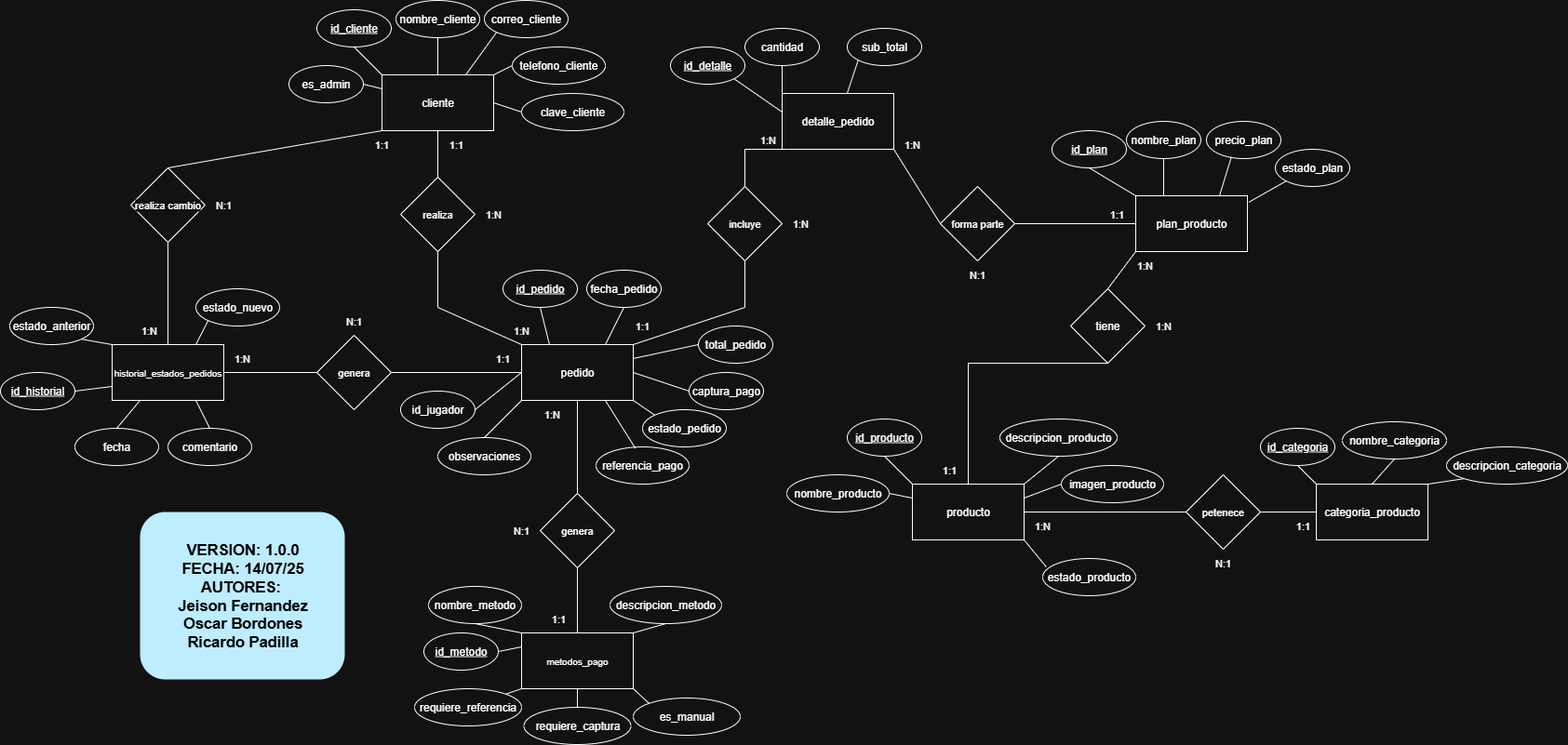
Above: Modelos/EntidadRelacion.png in JeisonFernandez/shadow-store (draw.io), before the change. Source tidied: cells renumbered, new cells last; positions are measured from the earlier drawing's top-left corner, leaving out a move shared by most shapes.
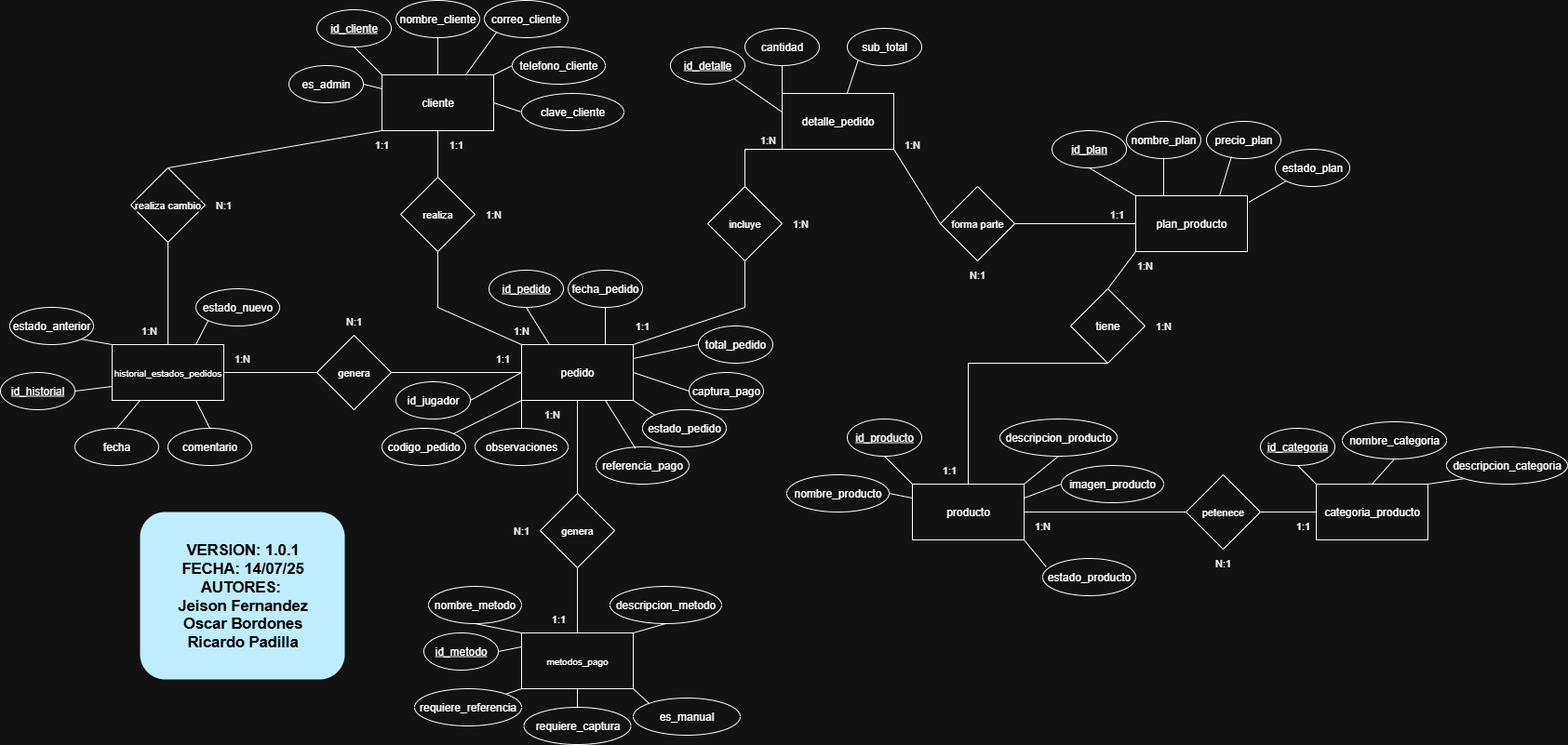
Above is the later version.

Commit message:
Readme completo, Modelo ER v1.0.1

The edit, as a diff of the source:
```diff
@@ -181,10 +181,10 @@
       <mxGeometry x="310" y="70" width="80" height="40" as="geometry" />
     </mxCell>
     <mxCell id="58" value="&lt;u&gt;id_pedido&lt;/u&gt;" style="ellipse;whiteSpace=wrap;html=1;" parent="1" vertex="1">
-      <mxGeometry x="540" y="290" width="80" height="40" as="geometry" />
+      <mxGeometry x="525" y="290" width="80" height="40" as="geometry" />
     </mxCell>
     <mxCell id="59" value="fecha_pedido" style="ellipse;whiteSpace=wrap;html=1;" parent="1" vertex="1">
-      <mxGeometry x="630" y="290" width="80" height="40" as="geometry" />
+      <mxGeometry x="610" y="290" width="80" height="40" as="geometry" />
     </mxCell>
     <mxCell id="60" value="captura_pago" style="ellipse;whiteSpace=wrap;html=1;" parent="1" vertex="1">
       <mxGeometry x="740" y="400" width="80" height="40" as="geometry" />
@@ -199,13 +199,13 @@
       <mxGeometry x="640" y="480" width="100" height="40" as="geometry" />
     </mxCell>
     <mxCell id="64" value="id_jugador" style="ellipse;whiteSpace=wrap;html=1;" parent="1" vertex="1">
-      <mxGeometry x="430" y="420" width="80" height="40" as="geometry" />
+      <mxGeometry x="425" y="410" width="80" height="40" as="geometry" />
     </mxCell>
     <mxCell id="65" style="edgeStyle=none;shape=connector;rounded=0;jettySize=auto;html=1;exitX=0.75;exitY=1;exitDx=0;exitDy=0;entryX=0.423;entryY=0.038;entryDx=0;entryDy=0;strokeColor=default;align=center;verticalAlign=middle;fontFamily=Helvetica;fontSize=11;fontColor=default;labelBackgroundColor=default;startFill=0;endArrow=none;entryPerimeter=0;" parent="1" edge="1" source="21" target="63">
       <mxGeometry relative="1" as="geometry" />
     </mxCell>
     <mxCell id="66" value="observaciones" style="ellipse;whiteSpace=wrap;html=1;" parent="1" vertex="1">
-      <mxGeometry x="470" y="470" width="100" height="40" as="geometry" />
+      <mxGeometry x="510" y="460" width="100" height="40" as="geometry" />
     </mxCell>
     <mxCell id="67" style="edgeStyle=none;shape=connector;rounded=0;jettySize=auto;html=1;exitX=0.5;exitY=1;exitDx=0;exitDy=0;strokeColor=default;align=center;verticalAlign=middle;fontFamily=Helvetica;fontSize=11;fontColor=default;labelBackgroundColor=default;startFill=0;endArrow=none;" parent="1" edge="1" source="68">
       <mxGeometry relative="1" as="geometry">
@@ -363,7 +363,7 @@
     <mxCell id="115" style="rounded=1;whiteSpace=wrap;html=1;fontFamily=Helvetica;fontSize=11;labelBackgroundColor=default;fillColor=light-dark(#FFFFFF,#BDEDFF);gradientColor=none;strokeColor=none;" parent="1" vertex="1">
       <mxGeometry x="150" y="550" width="220" height="180" as="geometry" />
     </mxCell>
-    <mxCell id="116" value="&lt;h2 style=&quot;&quot;&gt;&lt;font face=&quot;Helvetica&quot; style=&quot;color: light-dark(rgb(0, 0, 0), rgb(0, 0, 0));&quot;&gt;VERSION: 1.0.0&lt;br&gt;FECHA: 14/07/25&lt;br&gt;AUTORES:&amp;nbsp;&lt;br&gt;Jeison Fernandez&lt;br&gt;Oscar Bordones&lt;br&gt;Ricardo Padilla&lt;/font&gt;&lt;/h2&gt;" style="text;html=1;align=center;verticalAlign=middle;whiteSpace=wrap;rounded=0;fontFamily=Helvetica;fontSize=11;labelBackgroundColor=none;" parent="1" vertex="1">
+    <mxCell id="116" value="&lt;h2 style=&quot;&quot;&gt;&lt;font face=&quot;Helvetica&quot; style=&quot;color: light-dark(rgb(0, 0, 0), rgb(0, 0, 0));&quot;&gt;VERSION: 1.0.1&lt;br&gt;FECHA: 14/07/25&lt;br&gt;AUTORES:&amp;nbsp;&lt;br&gt;Jeison Fernandez&lt;br&gt;Oscar Bordones&lt;br&gt;Ricardo Padilla&lt;/font&gt;&lt;/h2&gt;" style="text;html=1;align=center;verticalAlign=middle;whiteSpace=wrap;rounded=0;fontFamily=Helvetica;fontSize=11;labelBackgroundColor=none;" parent="1" vertex="1">
       <mxGeometry x="177.5" y="552.5" width="165" height="175" as="geometry" />
     </mxCell>
     <mxCell id="117" value="N:1" style="text;html=1;align=center;verticalAlign=middle;whiteSpace=wrap;rounded=0;fontFamily=Helvetica;fontSize=11;fontColor=default;labelBackgroundColor=default;" parent="1" vertex="1">
@@ -438,5 +438,13 @@
     <mxCell id="140" value="1:N" style="text;html=1;align=center;verticalAlign=middle;whiteSpace=wrap;rounded=0;fontFamily=Helvetica;fontSize=11;fontColor=default;labelBackgroundColor=default;" parent="1" vertex="1">
       <mxGeometry x="562.5" y="430" width="60" height="30" as="geometry" />
     </mxCell>
+    <mxCell id="141" value="codigo_pedido" style="ellipse;whiteSpace=wrap;html=1;" parent="1" vertex="1">
+      <mxGeometry x="410" y="460" width="90" height="40" as="geometry" />
+    </mxCell>
+    <mxCell id="142" style="edgeStyle=none;shape=connector;rounded=0;jettySize=auto;html=1;entryX=1;entryY=0;entryDx=0;entryDy=0;strokeColor=default;align=center;verticalAlign=middle;fontFamily=Helvetica;fontSize=11;fontColor=default;labelBackgroundColor=default;startFill=0;endArrow=none;" parent="1" edge="1" target="141">
+      <mxGeometry relative="1" as="geometry">
+        <mxPoint x="560" y="430" as="sourcePoint" />
+      </mxGeometry>
+    </mxCell>
   </root>
 </mxGraphModel>
```
